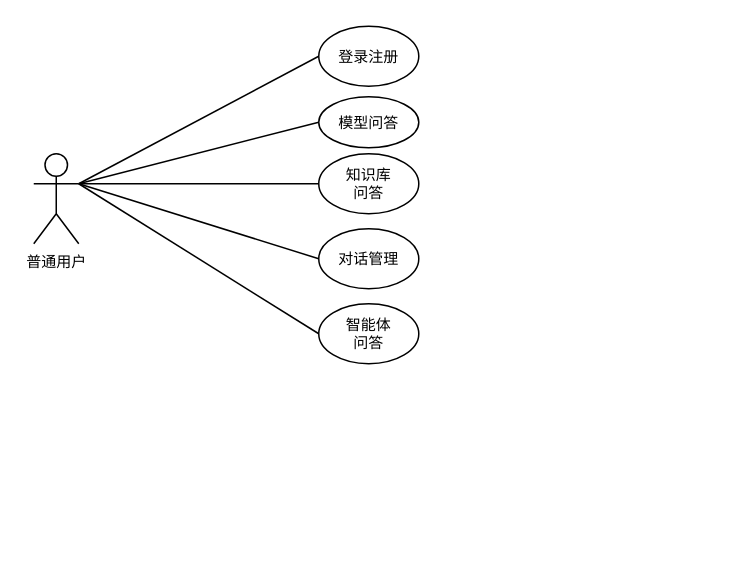
Before: page "第 6 页" (6 of 7) of 用户用例图.drawio in Chentx1243/draw.io, a draw.io diagram. Source tidied: cells renumbered, new cells numbered last; positions are measured from the earlier drawing's top-left corner, leaving out a move shared by most shapes. Both pictures are drawn from the tidied source at 150%, with x=0, y=0 at pixel (33, 26).
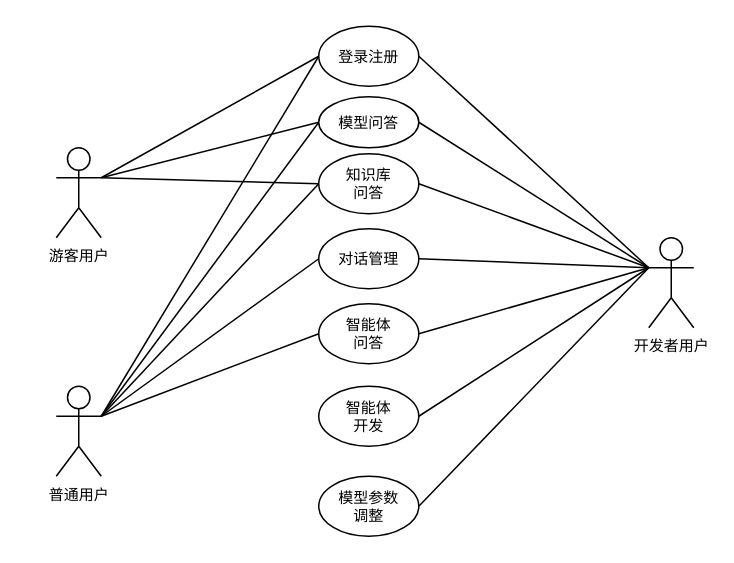
After the change.

Commit message:
更新用户用例图.drawio

The change refers to these unchanged cells:
```xml
<mxCell id="8" value="&lt;font&gt;&lt;span&gt;知识库&lt;/span&gt;&lt;/font&gt;&lt;div&gt;&lt;font&gt;&lt;span&gt;问答&lt;/span&gt;&lt;/font&gt;&lt;/div&gt;" style="ellipse;whiteSpace=wrap;html=1;fontStyle=0;fontSize=10;miterlimit=4;fontFamily=宋体;" parent="1" vertex="1">
  <mxGeometry x="190" y="85" width="66.7" height="40" as="geometry" />
</mxCell>
<mxCell id="9" value="&lt;font&gt;&lt;span&gt;对话管理&lt;/span&gt;&lt;/font&gt;" style="ellipse;whiteSpace=wrap;html=1;fontStyle=0;fontSize=10;miterlimit=4;fontFamily=宋体;" parent="1" vertex="1">
  <mxGeometry x="190" y="135" width="66.7" height="40" as="geometry" />
</mxCell>
<mxCell id="10" value="&lt;font&gt;&lt;span&gt;模型问答&lt;/span&gt;&lt;/font&gt;" style="ellipse;whiteSpace=wrap;html=1;fontStyle=0;fontSize=10;miterlimit=4;fontFamily=宋体;" parent="1" vertex="1">
  <mxGeometry x="190" y="47" width="66.7" height="34" as="geometry" />
</mxCell>
<mxCell id="11" value="&lt;font&gt;&lt;span&gt;智能体&lt;/span&gt;&lt;/font&gt;&lt;div&gt;&lt;font&gt;&lt;span&gt;问答&lt;/span&gt;&lt;/font&gt;&lt;/div&gt;" style="ellipse;whiteSpace=wrap;html=1;fontStyle=0;fontSize=10;miterlimit=4;fontFamily=宋体;" parent="1" vertex="1">
  <mxGeometry x="190" y="185" width="66.7" height="40" as="geometry" />
</mxCell>
<mxCell id="12" value="&lt;font&gt;&lt;span&gt;&lt;span&gt;登录注册&lt;/span&gt;&lt;/span&gt;&lt;/font&gt;" style="ellipse;whiteSpace=wrap;html=1;fontStyle=0;fontSize=10;miterlimit=4;fontFamily=宋体;" parent="1" vertex="1">
  <mxGeometry x="190" width="66.7" height="40" as="geometry" />
</mxCell>
```

Change to the diagram source:
```diff
@@
     <mxCell id="7" value="&lt;font&gt;普通用户&lt;/font&gt;" style="shape=umlActor;verticalLabelPosition=bottom;verticalAlign=top;html=1;outlineConnect=0;fontStyle=0;fontSize=10;fontFamily=宋体;" parent="1" vertex="1">
-      <mxGeometry y="85" width="30" height="60" as="geometry" />
+      <mxGeometry x="15" y="240" width="30" height="60" as="geometry" />
     </mxCell>
@@
+    <mxCell id="13" value="&lt;font&gt;开发者用户&lt;/font&gt;" style="shape=umlActor;verticalLabelPosition=bottom;verticalAlign=top;html=1;outlineConnect=0;fontStyle=0;fontSize=10;fontFamily=宋体;" parent="1" vertex="1">
+      <mxGeometry x="410" y="141" width="30" height="60" as="geometry" />
+    </mxCell>
+    <mxCell id="14" style="rounded=0;jettySize=auto;html=1;exitX=0;exitY=0.3333333333333333;exitDx=0;exitDy=0;exitPerimeter=0;entryX=1;entryY=0.5;entryDx=0;entryDy=0;endArrow=none;endFill=0;fontStyle=0;fontSize=10;fontFamily=宋体;" parent="1" edge="1" source="13" target="12">
+      <mxGeometry relative="1" as="geometry" />
+    </mxCell>
+    <mxCell id="15" style="rounded=0;jettySize=auto;html=1;exitX=1;exitY=0.5;exitDx=0;exitDy=0;entryX=0;entryY=0.3333333333333333;entryDx=0;entryDy=0;endArrow=none;endFill=0;fontStyle=0;fontSize=10;fontFamily=宋体;entryPerimeter=0;" parent="1" edge="1" source="10" target="13">
+      <mxGeometry relative="1" as="geometry" />
+    </mxCell>
+    <mxCell id="16" style="rounded=0;jettySize=auto;html=1;exitX=1;exitY=0.5;exitDx=0;exitDy=0;entryX=0;entryY=0.3333333333333333;entryDx=0;entryDy=0;endArrow=none;endFill=0;fontStyle=0;fontSize=10;fontFamily=宋体;entryPerimeter=0;" parent="1" edge="1" source="8" target="13">
+      <mxGeometry relative="1" as="geometry" />
+    </mxCell>
+    <mxCell id="17" style="rounded=0;jettySize=auto;html=1;exitX=1;exitY=0.5;exitDx=0;exitDy=0;entryX=0;entryY=0.3333333333333333;entryDx=0;entryDy=0;endArrow=none;endFill=0;fontStyle=0;fontSize=10;fontFamily=宋体;entryPerimeter=0;" parent="1" edge="1" source="9" target="13">
+      <mxGeometry relative="1" as="geometry" />
+    </mxCell>
+    <mxCell id="18" style="rounded=0;jettySize=auto;html=1;exitX=1;exitY=0.5;exitDx=0;exitDy=0;entryX=0;entryY=0.3333333333333333;entryDx=0;entryDy=0;endArrow=none;endFill=0;fontStyle=0;fontSize=10;fontFamily=宋体;entryPerimeter=0;" parent="1" edge="1" source="11" target="13">
+      <mxGeometry relative="1" as="geometry" />
+    </mxCell>
+    <mxCell id="19" value="&lt;font&gt;&lt;span&gt;智能体&lt;/span&gt;&lt;/font&gt;&lt;div&gt;开发&lt;/div&gt;" style="ellipse;whiteSpace=wrap;html=1;fontStyle=0;fontSize=10;miterlimit=4;fontFamily=宋体;" parent="1" vertex="1">
+      <mxGeometry x="190" y="240" width="66.7" height="40" as="geometry" />
+    </mxCell>
+    <mxCell id="20" value="模型参数&lt;div&gt;调整&lt;/div&gt;" style="ellipse;whiteSpace=wrap;html=1;fontStyle=0;fontSize=10;miterlimit=4;fontFamily=宋体;" parent="1" vertex="1">
+      <mxGeometry x="190" y="300" width="66.7" height="40" as="geometry" />
+    </mxCell>
+    <mxCell id="21" style="rounded=0;jettySize=auto;html=1;exitX=0;exitY=0.3333333333333333;exitDx=0;exitDy=0;entryX=1;entryY=0.5;entryDx=0;entryDy=0;endArrow=none;endFill=0;fontStyle=0;fontSize=10;fontFamily=宋体;exitPerimeter=0;" parent="1" edge="1" source="13" target="19">
+      <mxGeometry relative="1" as="geometry" />
+    </mxCell>
+    <mxCell id="22" style="rounded=0;jettySize=auto;html=1;exitX=1;exitY=0.5;exitDx=0;exitDy=0;entryX=0;entryY=0.3333333333333333;entryDx=0;entryDy=0;endArrow=none;endFill=0;fontStyle=0;fontSize=10;fontFamily=宋体;entryPerimeter=0;" parent="1" edge="1" source="20" target="13">
+      <mxGeometry relative="1" as="geometry" />
+    </mxCell>
+    <mxCell id="23" value="&lt;font&gt;游客用户&lt;/font&gt;" style="shape=umlActor;verticalLabelPosition=bottom;verticalAlign=top;html=1;outlineConnect=0;fontStyle=0;fontSize=10;fontFamily=宋体;" parent="1" vertex="1">
+      <mxGeometry x="15" y="81" width="30" height="60" as="geometry" />
+    </mxCell>
+    <mxCell id="24" style="rounded=0;jettySize=auto;html=1;exitX=1;exitY=0.3333333333333333;exitDx=0;exitDy=0;exitPerimeter=0;entryX=0;entryY=0.5;entryDx=0;entryDy=0;endArrow=none;endFill=0;fontStyle=0;fontSize=10;fontFamily=宋体;" parent="1" edge="1" source="23" target="12">
+      <mxGeometry relative="1" as="geometry" />
+    </mxCell>
+    <mxCell id="25" style="rounded=0;jettySize=auto;html=1;exitX=1;exitY=0.3333333333333333;exitDx=0;exitDy=0;exitPerimeter=0;entryX=0;entryY=0.5;entryDx=0;entryDy=0;endArrow=none;endFill=0;fontStyle=0;fontSize=10;fontFamily=宋体;" parent="1" edge="1" source="23" target="10">
+      <mxGeometry relative="1" as="geometry" />
+    </mxCell>
+    <mxCell id="26" style="rounded=0;jettySize=auto;html=1;exitX=1;exitY=0.3333333333333333;exitDx=0;exitDy=0;exitPerimeter=0;entryX=0;entryY=0.5;entryDx=0;entryDy=0;endArrow=none;endFill=0;fontStyle=0;fontSize=10;fontFamily=宋体;" parent="1" edge="1" source="23" target="8">
+      <mxGeometry relative="1" as="geometry" />
+    </mxCell>
```
